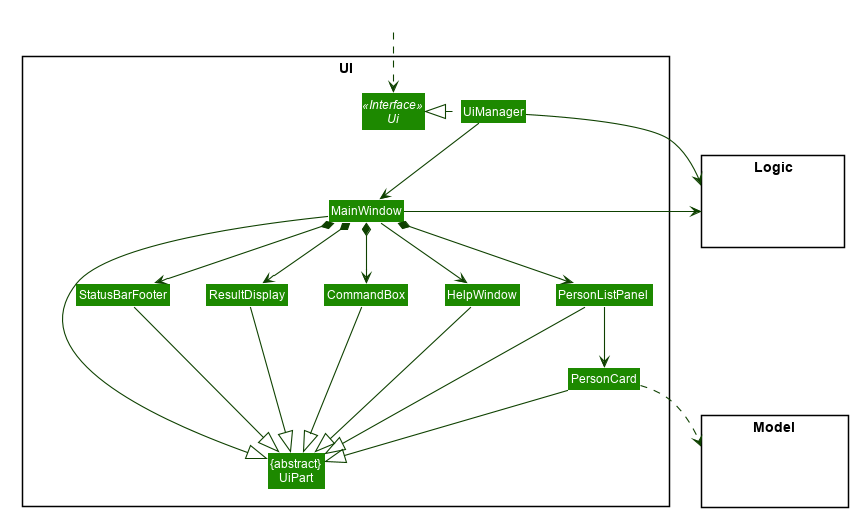
nus-cs2103-AY2021S1/tp keeps this PlantUML diagram as docs/images/UiClassDiagram.png. Above is the earlier version.
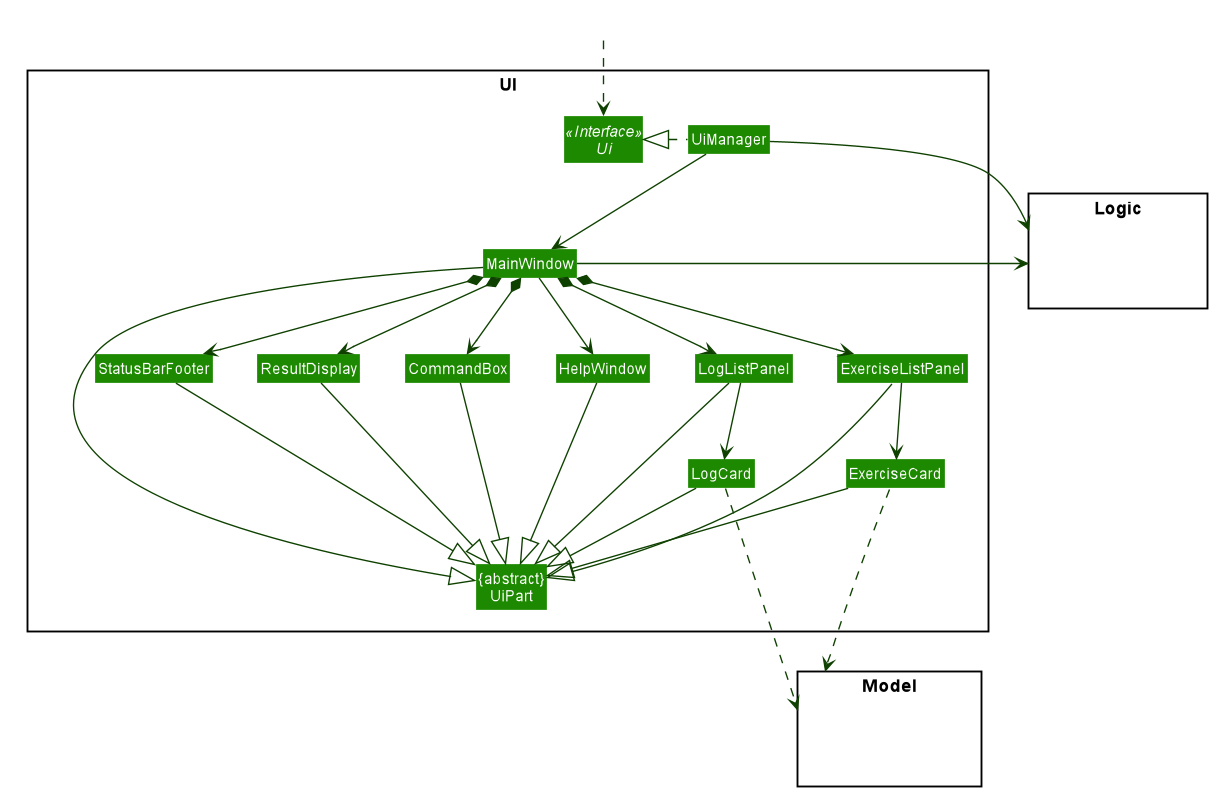
After the change.

Diff of the diagram source:
```diff
@@ -58,8 +58,10 @@
 Class MainWindow
 Class HelpWindow
 Class ResultDisplay
-Class PersonListPanel
-Class PersonCard
+Class LogListPanel
+Class ExerciseListPanel
+Class LogCard
+Class ExerciseCard
 Class StatusBarFooter
 Class CommandBox
 }
@@ -80,25 +82,31 @@
 MainWindow --> HelpWindow
 MainWindow *-down-> CommandBox
 MainWindow *-down-> ResultDisplay
-MainWindow *-down-> PersonListPanel
+MainWindow *-down-> LogListPanel
+MainWindow *-down-> ExerciseListPanel
 MainWindow *-down-> StatusBarFooter
 
-PersonListPanel -down-> PersonCard
+LogListPanel -down-> LogCard
+ExerciseListPanel -down-> ExerciseCard
 
 MainWindow -left-|> UiPart
 
 ResultDisplay --|> UiPart
 CommandBox --|> UiPart
-PersonListPanel --|> UiPart
-PersonCard --|> UiPart
+LogListPanel --|> UiPart
+ExerciseListPanel --|> UiPart
+LogCard --|> UiPart
+ExerciseCard --|> UiPart
 StatusBarFooter --|> UiPart
 HelpWindow -down-|> UiPart
 
-PersonCard ..> Model
+LogCard ...> Model
+ExerciseCard ...> Model
 UiManager -right-> Logic
 MainWindow -left-> Logic
 
-PersonListPanel -[hidden]left- HelpWindow
+LogListPanel -[hidden]left- HelpWindow
+ExerciseListPanel -[hidden]left- HelpWindow
 HelpWindow -[hidden]left- CommandBox
 CommandBox -[hidden]left- ResultDisplay
 ResultDisplay -[hidden]left- StatusBarFooter
```
